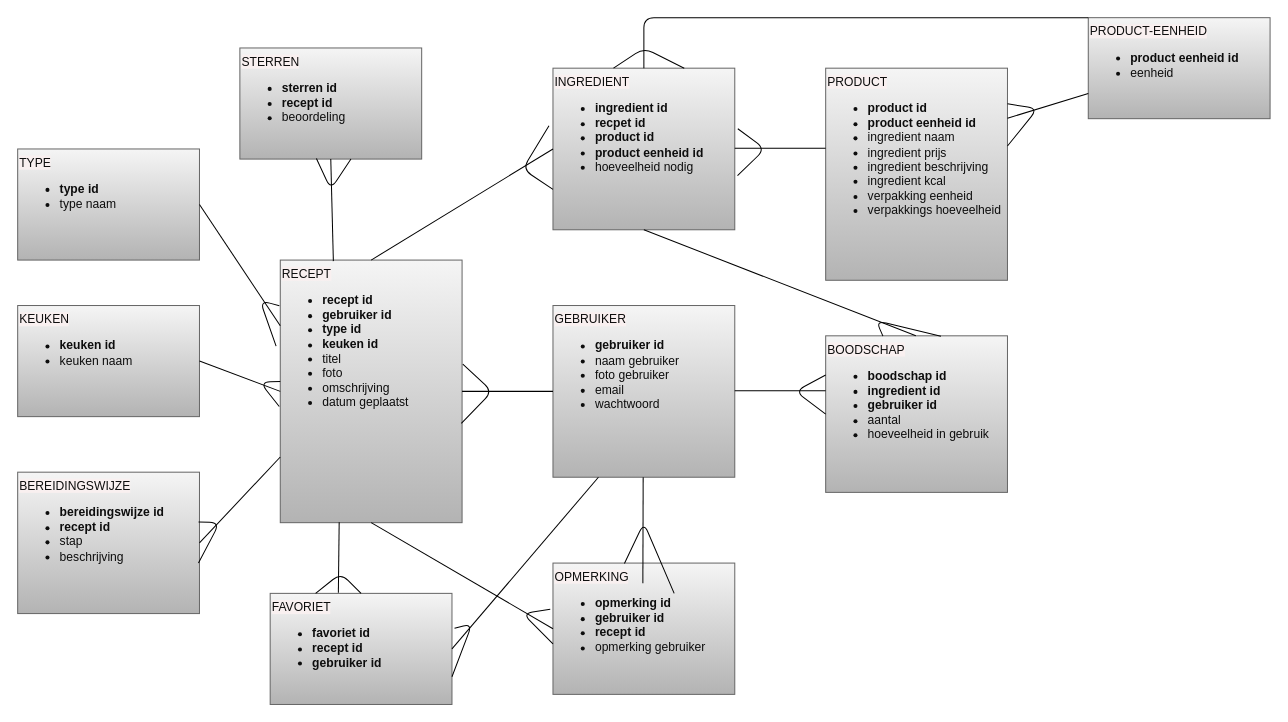
LiekeDeckers/educom-verrukkulluk keeps this draw.io diagram as Verrukkulluk-ERD.drawio. Above is the earlier version. Source tidied: cells renumbered, new cells numbered last; positions are measured from the earlier drawing's top-left corner, leaving out a move shared by most shapes. Both pictures are drawn from the tidied source at 101%, with x=0, y=0 at pixel (17, 17).
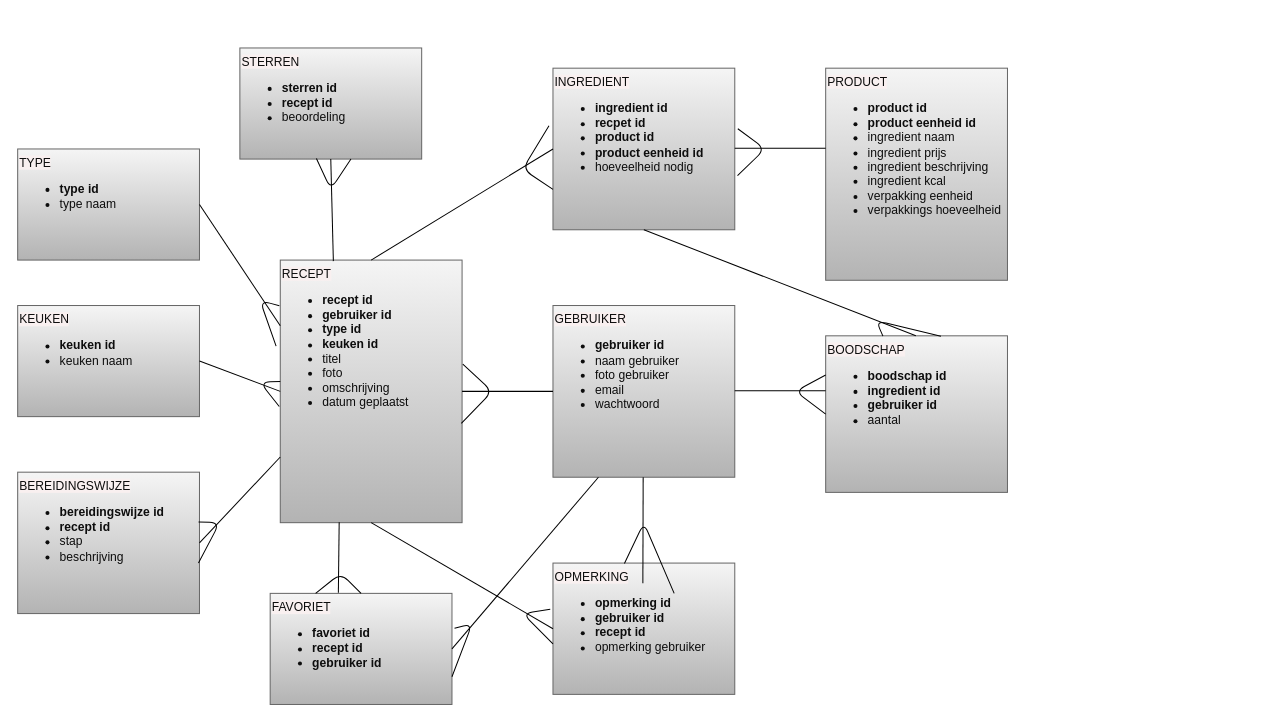
The same diagram, later.

Commit message:
VER_Sequence_Diagram_LD_v1 #2

The change refers to these unchanged cells:
```xml
<mxCell id="4" value="&lt;font color=&quot;#0d0d0d&quot;&gt;&lt;span style=&quot;background-color: rgb(249, 240, 240);&quot;&gt;PRODUCT&lt;br&gt;&lt;ul&gt;&lt;li&gt;&lt;b&gt;product id&lt;/b&gt;&lt;/li&gt;&lt;li&gt;&lt;b&gt;product eenheid id&lt;/b&gt;&lt;/li&gt;&lt;li&gt;ingredient naam&lt;br&gt;&lt;/li&gt;&lt;li&gt;ingredient prijs&lt;/li&gt;&lt;li&gt;ingredient beschrijving&lt;/li&gt;&lt;li&gt;ingredient kcal&lt;/li&gt;&lt;li&gt;verpakking eenheid&lt;/li&gt;&lt;li&gt;verpakkings hoeveelheid&lt;/li&gt;&lt;/ul&gt;&lt;/span&gt;&lt;/font&gt;" style="rounded=0;whiteSpace=wrap;html=1;fillColor=#f5f5f5;gradientColor=#b3b3b3;strokeColor=#666666;align=left;verticalAlign=top;" parent="1" vertex="1">
  <mxGeometry x="800" y="50" width="180" height="210" as="geometry" />
</mxCell>
<mxCell id="7" value="&lt;font color=&quot;#0d0d0d&quot;&gt;&lt;span style=&quot;background-color: rgb(249, 240, 240);&quot;&gt;INGREDIENT&lt;br&gt;&lt;ul&gt;&lt;li&gt;&lt;b&gt;ingredient id&lt;/b&gt;&lt;/li&gt;&lt;li&gt;&lt;b&gt;recpet id&lt;/b&gt;&lt;/li&gt;&lt;li&gt;&lt;b&gt;product id&lt;/b&gt;&lt;/li&gt;&lt;li&gt;&lt;b&gt;product eenheid id&lt;/b&gt;&lt;/li&gt;&lt;li&gt;hoeveelheid nodig&lt;/li&gt;&lt;/ul&gt;&lt;/span&gt;&lt;/font&gt;" style="rounded=0;whiteSpace=wrap;html=1;fillColor=#f5f5f5;gradientColor=#b3b3b3;strokeColor=#666666;align=left;verticalAlign=top;" parent="1" vertex="1">
  <mxGeometry x="530" y="50" width="180" height="160" as="geometry" />
</mxCell>
```

Change to the diagram source:
```diff
@@
-    <mxCell id="3" value="&lt;font color=&quot;#0d0d0d&quot;&gt;&lt;span style=&quot;background-color: rgb(249, 240, 240);&quot;&gt;BOODSCHAP&lt;br&gt;&lt;ul&gt;&lt;li&gt;&lt;b&gt;boodschap id&lt;/b&gt;&lt;/li&gt;&lt;li&gt;&lt;b&gt;ingredient id&lt;/b&gt;&lt;br&gt;&lt;/li&gt;&lt;li&gt;&lt;b&gt;gebruiker id&lt;/b&gt;&lt;br&gt;&lt;/li&gt;&lt;li&gt;aantal&lt;/li&gt;&lt;li&gt;hoeveelheid in gebruik&lt;/li&gt;&lt;/ul&gt;&lt;/span&gt;&lt;/font&gt;" style="rounded=0;whiteSpace=wrap;html=1;fillColor=#f5f5f5;gradientColor=#b3b3b3;strokeColor=#666666;align=left;verticalAlign=top;" parent="1" vertex="1">
+    <mxCell id="3" value="&lt;font color=&quot;#0d0d0d&quot;&gt;&lt;span style=&quot;background-color: rgb(249, 240, 240);&quot;&gt;BOODSCHAP&lt;br&gt;&lt;ul&gt;&lt;li&gt;&lt;b&gt;boodschap id&lt;/b&gt;&lt;/li&gt;&lt;li&gt;&lt;b&gt;ingredient id&lt;/b&gt;&lt;br&gt;&lt;/li&gt;&lt;li&gt;&lt;b&gt;gebruiker id&lt;/b&gt;&lt;br&gt;&lt;/li&gt;&lt;li&gt;aantal&lt;/li&gt;&lt;/ul&gt;&lt;/span&gt;&lt;/font&gt;" style="rounded=0;whiteSpace=wrap;html=1;fillColor=#f5f5f5;gradientColor=#b3b3b3;strokeColor=#666666;align=left;verticalAlign=top;" parent="1" vertex="1">
       <mxGeometry x="800" y="315" width="180" height="155" as="geometry" />
     </mxCell>
@@
-    <mxCell id="39" value="&lt;font color=&quot;#0d0d0d&quot;&gt;&lt;span style=&quot;background-color: rgb(249, 240, 240);&quot;&gt;PRODUCT-EENHEID&lt;br&gt;&lt;ul&gt;&lt;li&gt;&lt;b&gt;product eenheid id&lt;/b&gt;&lt;/li&gt;&lt;li&gt;eenheid&lt;br&gt;&lt;/li&gt;&lt;/ul&gt;&lt;/span&gt;&lt;/font&gt;" style="rounded=0;whiteSpace=wrap;html=1;fillColor=#f5f5f5;gradientColor=#b3b3b3;strokeColor=#666666;align=left;verticalAlign=top;" parent="1" vertex="1">
-      <mxGeometry x="1060" width="180" height="100" as="geometry" />
-    </mxCell>
-    <mxCell id="40" style="endArrow=none;html=1;entryX=0;entryY=0.75;entryDx=0;entryDy=0;exitX=1;exitY=0.5;exitDx=0;exitDy=0;" parent="1" edge="1" target="39">
-      <mxGeometry relative="1" as="geometry">
-        <mxPoint x="980" y="99.6" as="sourcePoint" />
-      </mxGeometry>
-    </mxCell>
-    <mxCell id="41" style="endArrow=none;html=1;exitX=1;exitY=0.367;exitDx=0;exitDy=0;exitPerimeter=0;entryX=1;entryY=0.168;entryDx=0;entryDy=0;entryPerimeter=0;" parent="1" edge="1" source="4" target="4">
-      <mxGeometry relative="1" as="geometry">
-        <Array as="points">
-          <mxPoint x="1010" y="90" />
-        </Array>
-      </mxGeometry>
-    </mxCell>
-    <mxCell id="42" style="endArrow=none;html=1;entryX=0;entryY=0;entryDx=0;entryDy=0;exitX=0.5;exitY=0;exitDx=0;exitDy=0;" parent="1" edge="1" source="7" target="39">
-      <mxGeometry relative="1" as="geometry">
-        <Array as="points">
-          <mxPoint x="620" />
-        </Array>
-      </mxGeometry>
-    </mxCell>
-    <mxCell id="43" style="endArrow=none;html=1;entryX=0.722;entryY=0;entryDx=0;entryDy=0;exitX=0.333;exitY=0;exitDx=0;exitDy=0;entryPerimeter=0;exitPerimeter=0;" parent="1" edge="1" source="7" target="7">
-      <mxGeometry relative="1" as="geometry">
-        <Array as="points">
-          <mxPoint x="620" y="30" />
-        </Array>
-      </mxGeometry>
-    </mxCell>
```
